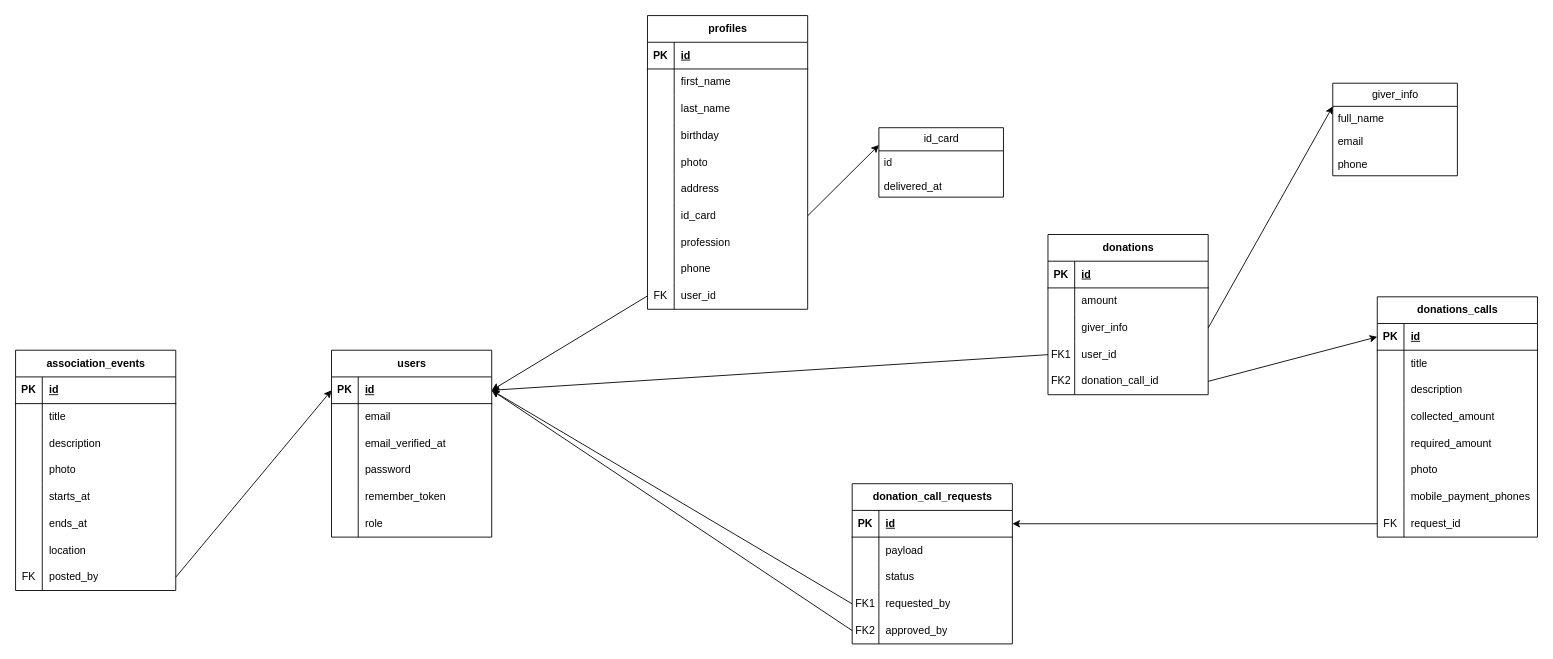
This is diagrams.drawio from AmazingTool777/gestion-association-laravel-mysql, a draw.io file, before an edit. Source tidied: cells renumbered, new cells numbered last; positions are measured from the earlier drawing's top-left corner, leaving out a move shared by most shapes. Both pictures are drawn from the tidied source at 89%, with x=0, y=0 at pixel (15, 15).
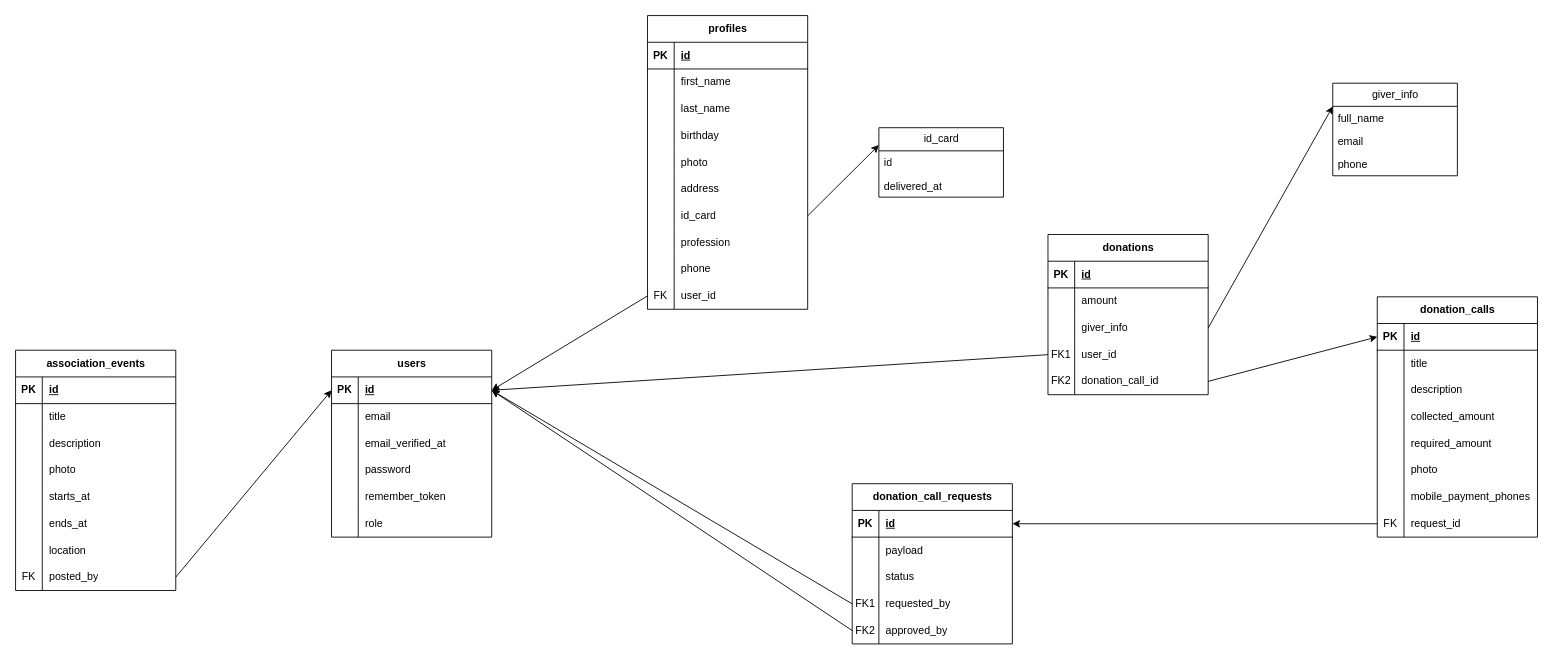
The same diagram, later.

Commit message (it also covers changes not shown here):
Donation call migration, model, diagram update

Change to the diagram source:
```diff
@@
-    <mxCell id="53" value="donations_calls" style="shape=table;startSize=30;childLayout=tableLayout;rowLines=0;fontStyle=1;align=center;html=1;" parent="1" vertex="1">
+    <mxCell id="53" value="donation_calls" style="shape=table;startSize=30;childLayout=tableLayout;rowLines=0;fontStyle=1;align=center;html=1;" parent="1" vertex="1">
       <mxGeometry x="1530" y="316" width="180" height="270" as="geometry" />
     </mxCell>
```
